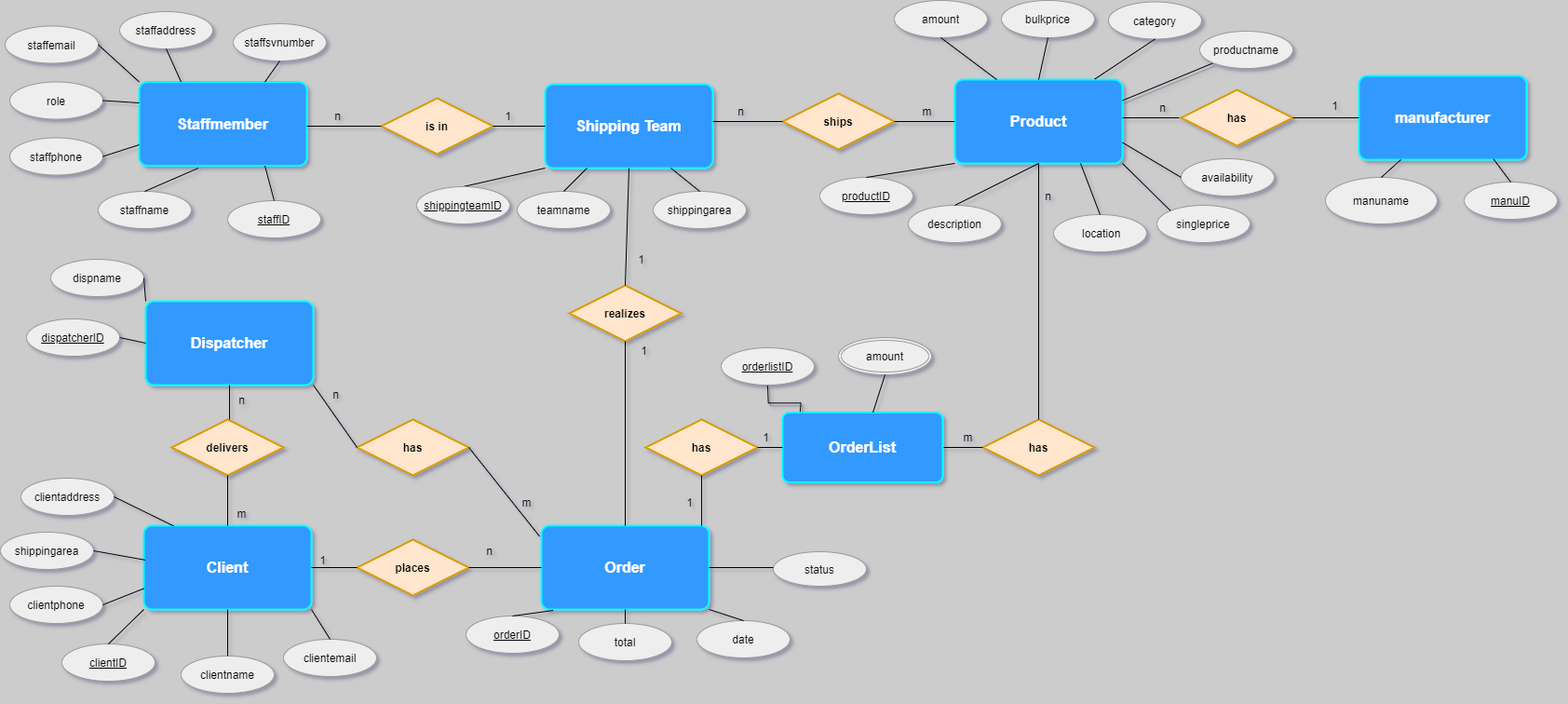
The draw.io diagram re_diagram.png in CodeFactoryWien/WF-Java-05, before a commit. Source tidied: cells renumbered, new cells last; positions are measured from the earlier drawing's top-left corner, leaving out a move shared by most shapes.
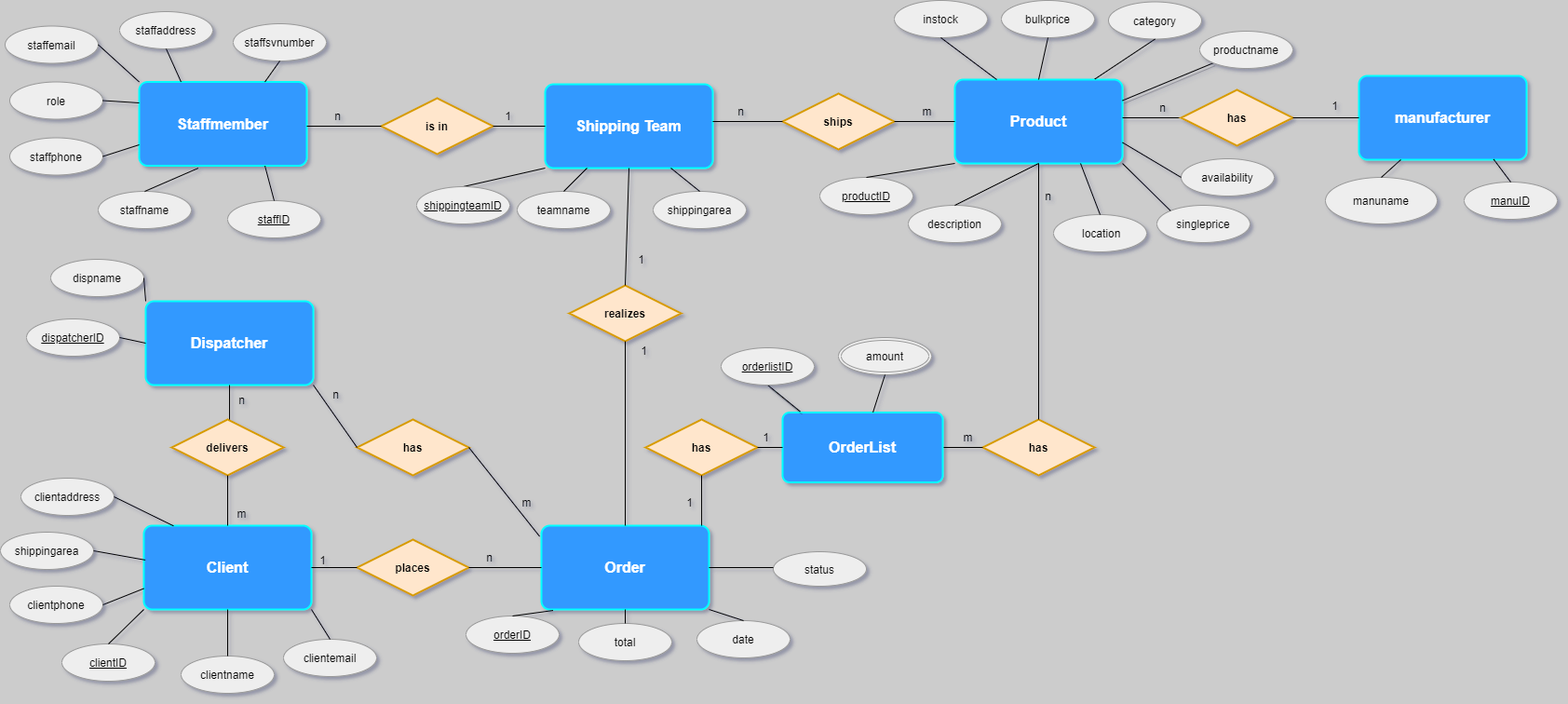
Later version of the same file.

The edit, as a diff of the source:
```diff
@@ -41,7 +41,7 @@
     <mxCell id="14" value="teamname" style="ellipse;whiteSpace=wrap;html=1;align=center;shadow=0;strokeColor=#999999;fillColor=#eeeeee;fixDash=0;" parent="1" vertex="1">
       <mxGeometry x="555" y="205" width="100" height="40" as="geometry" />
     </mxCell>
-    <mxCell id="15" value="amount" style="ellipse;whiteSpace=wrap;html=1;align=center;shadow=0;strokeColor=#999999;fillColor=#eeeeee;fixDash=0;" parent="1" vertex="1">
+    <mxCell id="15" value="instock" style="ellipse;whiteSpace=wrap;html=1;align=center;shadow=0;strokeColor=#999999;fillColor=#eeeeee;fixDash=0;" parent="1" vertex="1">
       <mxGeometry x="960" width="100" height="40" as="geometry" />
     </mxCell>
     <mxCell id="16" value="&lt;b&gt;Order&lt;/b&gt;" style="rounded=1;arcSize=10;whiteSpace=wrap;html=1;align=center;strokeColor=#00FFFF;strokeWidth=2;fillColor=#3399FF;gradientColor=none;fontSize=16;fontColor=#FFFFFF;fixDash=0;shadow=0;" parent="1" vertex="1">
@@ -249,7 +249,7 @@
       <mxGeometry x="336" y="591" width="20" height="20" as="geometry" />
     </mxCell>
     <mxCell id="82" value="n" style="text;html=1;align=center;verticalAlign=middle;fixDash=0;shadow=0;" parent="1" vertex="1">
-      <mxGeometry x="515" y="581" width="20" height="20" as="geometry" />
+      <mxGeometry x="515" y="588" width="20" height="20" as="geometry" />
     </mxCell>
     <mxCell id="83" style="endArrow=none;html=1;rounded=0;entryX=1;entryY=1;entryDx=0;entryDy=0;exitX=0.5;exitY=0;exitDx=0;exitDy=0;fixDash=0;shadow=0;" parent="1" edge="1" source="18" target="16">
       <mxGeometry relative="1" as="geometry" />
@@ -353,7 +353,7 @@
     <mxCell id="116" value="1" style="text;html=1;align=center;verticalAlign=middle;" parent="1" vertex="1">
       <mxGeometry x="813" y="460" width="17" height="18" as="geometry" />
     </mxCell>
-    <mxCell id="117" style="edgeStyle=orthogonalEdgeStyle;rounded=0;jettySize=auto;html=1;exitX=0.5;exitY=1;exitDx=0;exitDy=0;entryX=0.11;entryY=-0.014;entryDx=0;entryDy=0;shadow=1;endArrow=none;endFill=0;fontSize=16;fontColor=#FFFFFF;entryPerimeter=0;" parent="1" edge="1" source="118" target="111">
+    <mxCell id="117" style="rounded=0;jettySize=auto;html=1;exitX=0.5;exitY=1;exitDx=0;exitDy=0;entryX=0.11;entryY=-0.014;entryDx=0;entryDy=0;shadow=1;endArrow=none;endFill=0;fontSize=16;fontColor=#FFFFFF;entryPerimeter=0;" parent="1" edge="1" source="118" target="111">
       <mxGeometry relative="1" as="geometry" />
     </mxCell>
     <mxCell id="118" value="&lt;u&gt;orderlistID&lt;/u&gt;" style="ellipse;whiteSpace=wrap;html=1;align=center;shadow=0;strokeColor=#999999;fillColor=#eeeeee;" parent="1" vertex="1">
```
